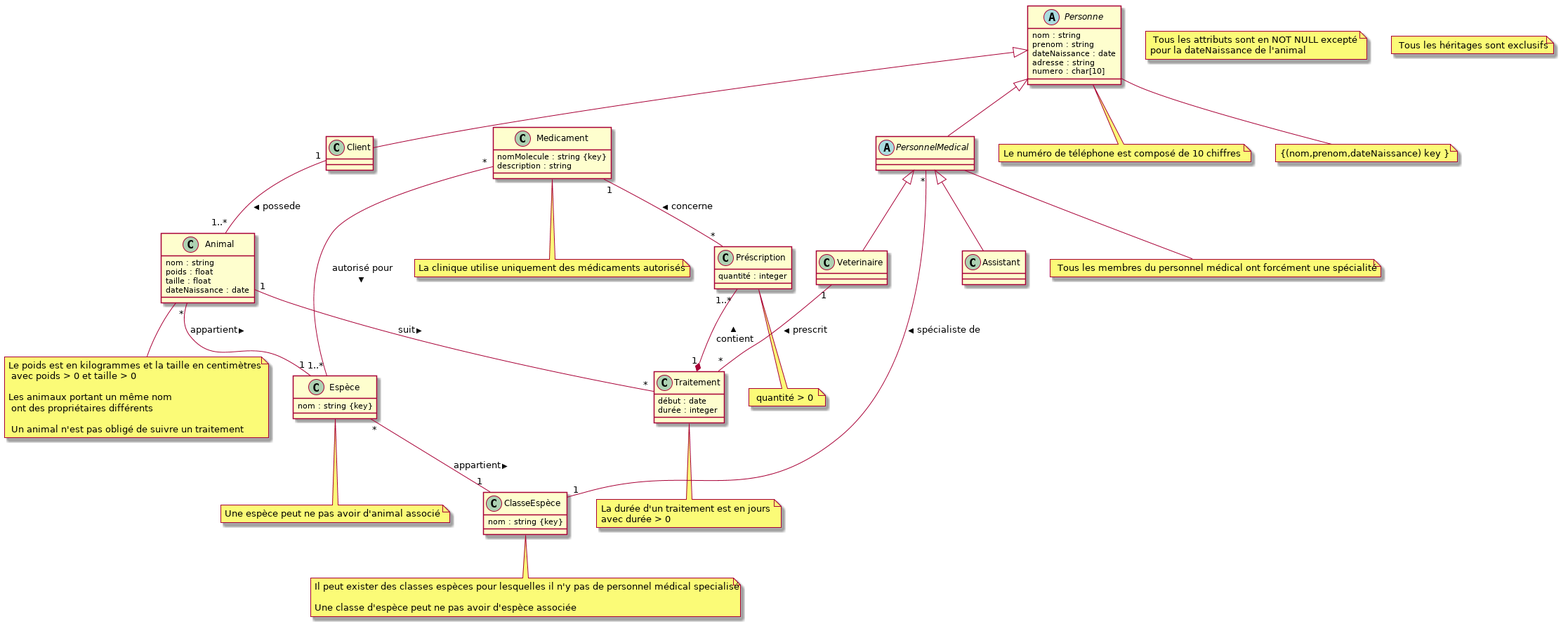
The PlantUML diagram clinique_uml_v1.png in giacat-tran0198/PHP_Veterinary_Clinic, before a commit. Source of this version:
```plantuml
@startuml
class Personne {
    nom : string
    prenom : string
    dateNaissance : date
    adresse : string
    numero : char[10]
}

class Client {

}

class PersonnelMedical  {

}

class Veterinaire{

}

class Assistant {

}


class Animal {
    nom : string
    poids : float
    taille : float
    dateNaissance : date
}

class Espèce {
    nom : string {key}
}

class ClasseEspèce {
    nom : string {key}
}



class Traitement {
    début : date
    durée : integer
}

class Préscription {
    quantité : integer
}

class Medicament {
    nomMolecule : string {key}
    description : string
}


abstract class PersonnelMedical
abstract class Personne

Veterinaire "1" -- "*" Traitement : prescrit  >
Client "1" -- "1..*" Animal : possede  >
Animal "1" -- "*" Traitement : suit >
Medicament "1" -- "*" Préscription : concerne  <
Préscription "1..*" --* "1" Traitement : contient <
Animal "*" -- "1" Espèce : appartient >
Espèce "*" -- "1" ClasseEspèce : appartient >
PersonnelMedical "*" -- "1" ClasseEspèce : spécialiste de  >
Medicament "*" -- "1..*" Espèce : autorisé pour >


Personne            <|-- Client
Personne            <|-- PersonnelMedical
PersonnelMedical   <|-- Veterinaire
PersonnelMedical   <|-- Assistant


note "Le numéro de téléphone est composé de 10 chiffres " as N1
note "Le poids est en kilogrammes et la taille en centimètres \n avec poids > 0 et taille > 0 \n\nLes animaux portant un même nom \n ont des propriétaires différents \n\n Un animal n'est pas obligé de suivre un traitement" as N2
note "La durée d'un traitement est en jours \navec durée > 0" as N3
note "Il peut exister des classes espèces pour lesquelles il n'y pas de personnel médical specialisé \n\nUne classe d'espèce peut ne pas avoir d'espèce associée" as N5
note "La clinique utilise uniquement des médicaments autorisés" as N6
note  "{(nom,prenom,dateNaissance) key }" as N7
note " quantité > 0 " as N8
note " Tous les attributs sont en NOT NULL excepté \npour la dateNaissance de l'animal " as N9
note " Tous les héritages sont exclusifs" as N10
note " Tous les membres du personnel médical ont forcément une spécialité" as N11
note "Une espèce peut ne pas avoir d'animal associé " as N12


Personne -- N1
Animal -- N2
Traitement -- N3
ClasseEspèce -- N5
Medicament -- N6
Personne -- N7
Préscription -- N8
PersonnelMedical -- N11
Espèce -- N12



@enduml
```
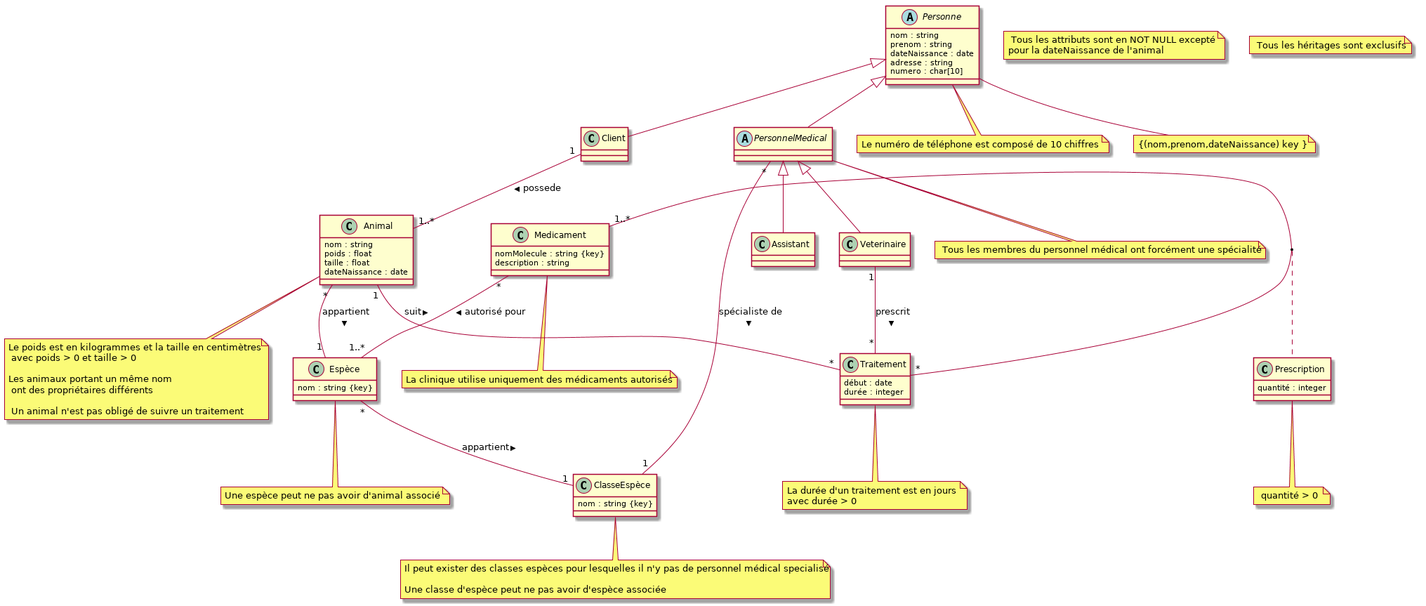
The same file after the commit.

Commit message:
modification d'après les conseils du prof

Diff of the diagram source:
```diff
@@ -46,7 +46,7 @@
     durée : integer
 }
 
-class Préscription {
+class Prescription {
     quantité : integer
 }
 
@@ -62,12 +62,14 @@
 Veterinaire "1" -- "*" Traitement : prescrit  >
 Client "1" -- "1..*" Animal : possede  >
 Animal "1" -- "*" Traitement : suit >
-Medicament "1" -- "*" Préscription : concerne  <
-Préscription "1..*" --* "1" Traitement : contient <
 Animal "*" -- "1" Espèce : appartient >
 Espèce "*" -- "1" ClasseEspèce : appartient >
 PersonnelMedical "*" -- "1" ClasseEspèce : spécialiste de  >
 Medicament "*" -- "1..*" Espèce : autorisé pour >
+
+Medicament "1..*" - "*" Traitement
+(Medicament,Traitement)..Prescription
+
 
 
 Personne            <|-- Client
@@ -95,7 +97,7 @@
 ClasseEspèce -- N5
 Medicament -- N6
 Personne -- N7
-Préscription -- N8
+Prescription -- N8
 PersonnelMedical -- N11
 Espèce -- N12
 
```
